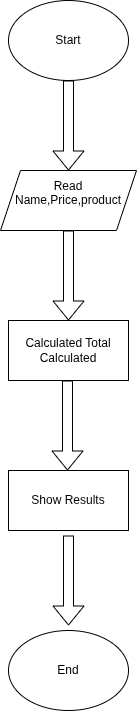
Before: flowchart.drawio.png, a diagram exported from draw.io (MateoMg06/Historia_usuario-2). Source tidied: cells renumbered, new cells last; positions are measured from the earlier drawing's top-left corner, leaving out a move shared by most shapes.
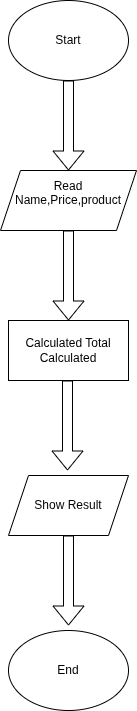
After the commit.

Commit message:
agregando diagrama 2

The edit, as a diff of the source:
```diff
@@ -27,9 +27,6 @@
         <mxPoint x="67" y="470" as="targetPoint" />
       </mxGeometry>
     </mxCell>
-    <mxCell id="8" value="Show Results" style="rounded=0;whiteSpace=wrap;html=1;" parent="1" vertex="1">
-      <mxGeometry x="8" y="470" width="120" height="60" as="geometry" />
-    </mxCell>
     <mxCell id="9" style="shape=flexArrow;endArrow=classic;html=1;entryX=0.5;entryY=0;entryDx=0;entryDy=0;" parent="1" edge="1">
       <mxGeometry relative="1" as="geometry">
         <mxPoint x="68" y="535" as="sourcePoint" />
@@ -39,5 +36,8 @@
     <mxCell id="10" value="End" style="ellipse;whiteSpace=wrap;html=1;" parent="1" vertex="1">
       <mxGeometry x="8" y="630" width="120" height="80" as="geometry" />
     </mxCell>
+    <mxCell id="11" value="Show Result" style="shape=parallelogram;perimeter=parallelogramPerimeter;whiteSpace=wrap;html=1;fixedSize=1;" parent="1" vertex="1">
+      <mxGeometry x="8" y="475" width="120" height="60" as="geometry" />
+    </mxCell>
   </root>
 </mxGraphModel>
```
